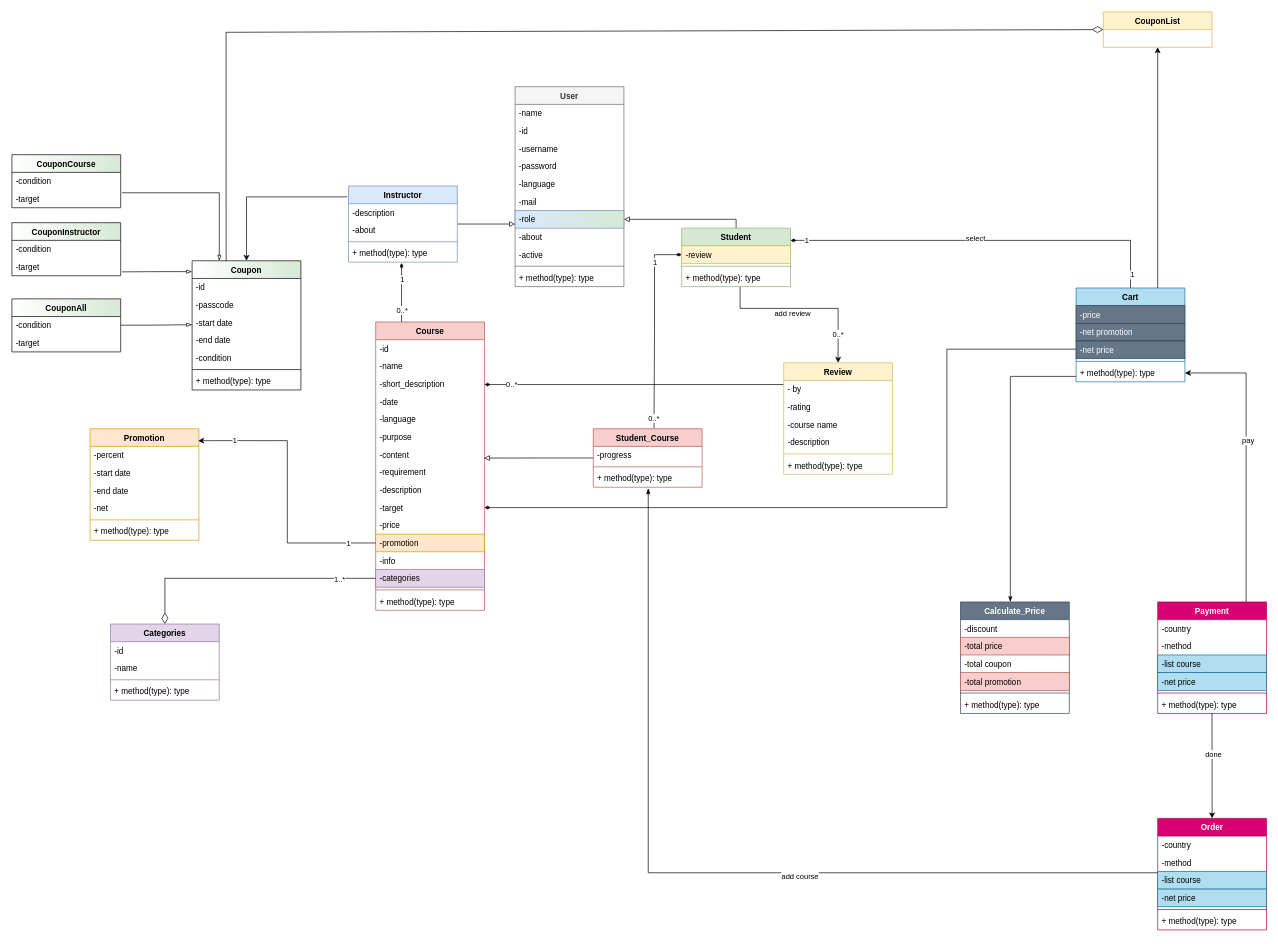
pratanporn13promax/OOP-Class-Sequence-UseCase-Diagram keeps this draw.io diagram as class.drawio. Above is the earlier version. Source tidied: cells renumbered, new cells numbered last; positions are measured from the earlier drawing's top-left corner, leaving out a move shared by most shapes. Both pictures are drawn from the tidied source at 68%, with x=0, y=0 at pixel (12, 12).
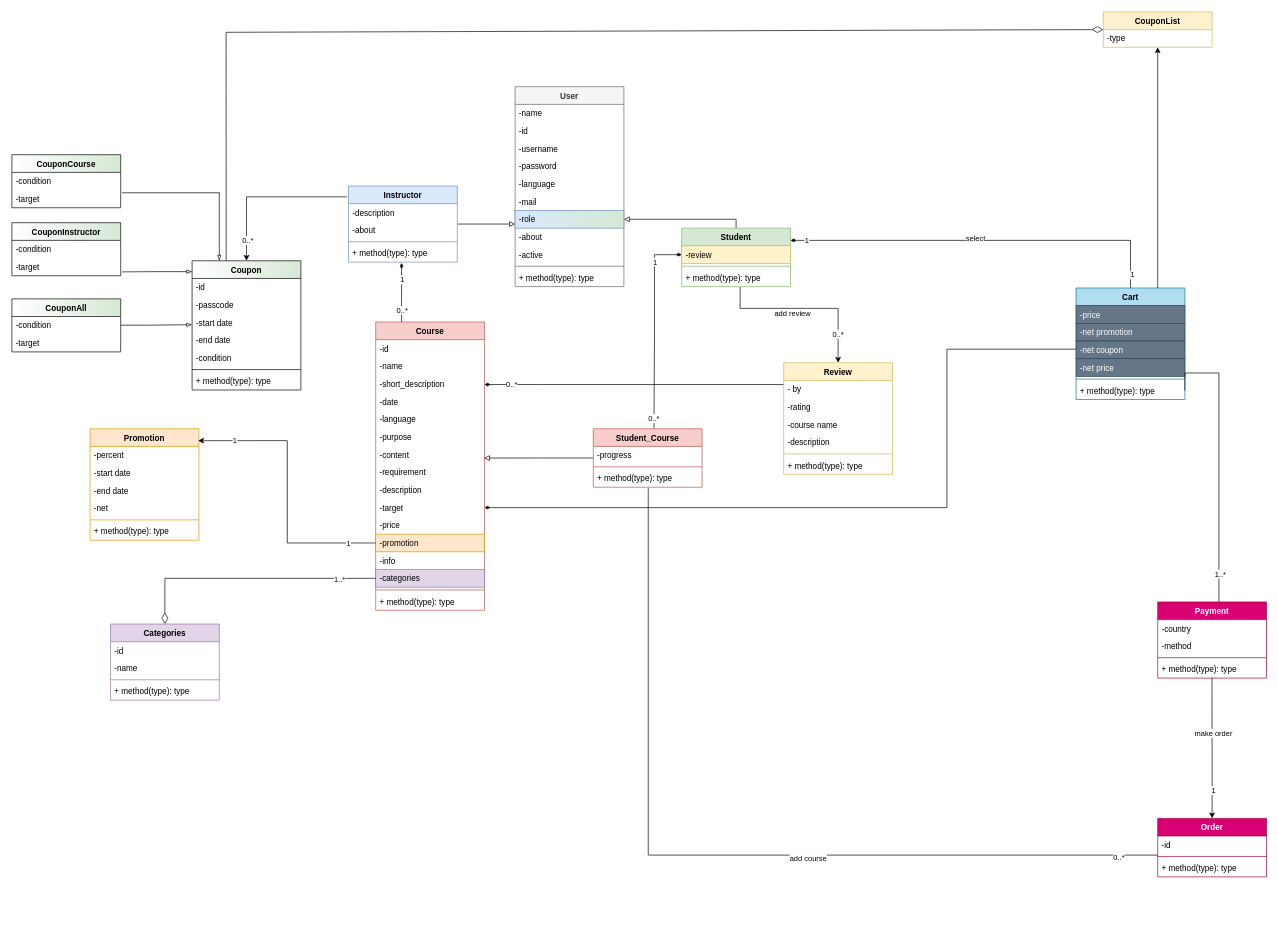
Above is the later version.

The change refers to these unchanged cells:
```xml
<mxCell id="105" style="edgeStyle=orthogonalEdgeStyle;rounded=0;jettySize=auto;html=1;entryX=-0.012;entryY=0.143;entryDx=0;entryDy=0;entryPerimeter=0;startArrow=classic;startFill=1;endArrow=none;endFill=0;exitX=0.5;exitY=0;exitDx=0;exitDy=0;" parent="1" edge="1" source="106" target="24">
  <mxGeometry relative="1" as="geometry" />
</mxCell>
<mxCell id="114" style="edgeStyle=orthogonalEdgeStyle;rounded=0;jettySize=auto;html=1;entryX=0.499;entryY=0.978;entryDx=0;entryDy=0;entryPerimeter=0;startArrow=classic;startFill=1;endArrow=none;endFill=0;" parent="1" edge="1" source="116" target="84">
  <mxGeometry relative="1" as="geometry" />
</mxCell>
<mxCell id="127" value="+ method(type): type" style="text;strokeColor=none;fillColor=none;align=left;verticalAlign=top;spacingLeft=4;spacingRight=4;overflow=hidden;points=[[0,0.5],[1,0.5]];portConstraint=eastwest;" parent="124" vertex="1">
  <mxGeometry y="60" width="160" height="26" as="geometry" />
</mxCell>
<mxCell id="142" value="CouponList" style="swimlane;fontStyle=1;align=center;verticalAlign=top;horizontal=1;startSize=26;fillColor=#fff2cc;strokeColor=#d6b656;" parent="1" vertex="1">
  <mxGeometry x="1605" width="160" height="52" as="geometry" />
</mxCell>
```

Diff of the diagram source:
```diff
@@
-    <mxCell id="69" style="edgeStyle=orthogonalEdgeStyle;rounded=0;jettySize=auto;html=1;entryX=0.458;entryY=0;entryDx=0;entryDy=0;entryPerimeter=0;startArrow=none;startFill=0;endArrow=classicThin;endFill=1;" parent="1" edge="1" source="70" target="92">
-      <mxGeometry relative="1" as="geometry">
-        <Array as="points">
-          <mxPoint x="1468" y="536" />
-        </Array>
-      </mxGeometry>
-    </mxCell>
     <mxCell id="70" value="Cart" style="swimlane;fontStyle=1;align=center;verticalAlign=top;horizontal=1;startSize=26;fillColor=#b1ddf0;strokeColor=#10739e;" parent="1" vertex="1">
-      <mxGeometry x="1565" y="406" width="160" height="138" as="geometry" />
+      <mxGeometry x="1565" y="406" width="160" height="164" as="geometry" />
     </mxCell>
@@
+    <mxCell id="145" value="-net coupon" style="text;strokeColor=#314354;fillColor=#647687;align=left;verticalAlign=top;spacingLeft=4;spacingRight=4;overflow=hidden;fontColor=#ffffff;" parent="70" vertex="1">
+      <mxGeometry y="78" width="160" height="26" as="geometry" />
+    </mxCell>
     <mxCell id="73" value="-net price&#10;" style="text;strokeColor=#314354;fillColor=#647687;align=left;verticalAlign=top;spacingLeft=4;spacingRight=4;overflow=hidden;fontColor=#ffffff;" parent="70" vertex="1">
-      <mxGeometry y="78" width="160" height="26" as="geometry" />
+      <mxGeometry y="104" width="160" height="26" as="geometry" />
     </mxCell>
     <mxCell id="74" style="line;strokeWidth=1;fillColor=none;align=left;verticalAlign=middle;spacingTop=-1;spacingLeft=3;spacingRight=3;labelPosition=right;strokeColor=inherit;" parent="70" vertex="1">
-      <mxGeometry y="104" width="160" height="8" as="geometry" />
+      <mxGeometry y="130" width="160" height="8" as="geometry" />
     </mxCell>
     <mxCell id="75" value="+ method(type): type" style="text;strokeColor=none;fillColor=none;align=left;verticalAlign=top;spacingLeft=4;spacingRight=4;overflow=hidden;points=[[0,0.5],[1,0.5]];portConstraint=eastwest;" parent="70" vertex="1">
-      <mxGeometry y="112" width="160" height="26" as="geometry" />
+      <mxGeometry y="138" width="160" height="26" as="geometry" />
     </mxCell>
-    <mxCell id="76" style="edgeStyle=orthogonalEdgeStyle;rounded=0;jettySize=auto;html=1;startArrow=none;startFill=0;endArrow=classic;endFill=1;entryX=1;entryY=0.5;entryDx=0;entryDy=0;" parent="1" edge="1" source="78" target="75">
+    <mxCell id="76" style="edgeStyle=orthogonalEdgeStyle;rounded=0;jettySize=auto;html=1;startArrow=none;startFill=0;endArrow=none;endFill=0;entryX=1;entryY=0.5;entryDx=0;entryDy=0;" parent="1" edge="1" source="78" target="75">
       <mxGeometry relative="1" as="geometry">
         <Array as="points">
-          <mxPoint x="1815" y="531" />
+          <mxPoint x="1775" y="531" />
+          <mxPoint x="1725" y="531" />
         </Array>
       </mxGeometry>
     </mxCell>
-    <mxCell id="77" value="pay" style="edgeLabel;html=1;align=center;verticalAlign=middle;" parent="76" vertex="1">
-      <mxGeometry x="0.11" y="-2" relative="1" as="geometry" />
-    </mxCell>
+    <mxCell id="146" value="1..*" style="edgeLabel;html=1;align=center;verticalAlign=middle;" parent="76" vertex="1">
+      <mxGeometry x="-0.8" y="-1" relative="1" as="geometry" />
+    </mxCell>
     <mxCell id="78" value="Payment" style="swimlane;fontStyle=1;align=center;verticalAlign=top;horizontal=1;startSize=26;fillColor=#d80073;fontColor=#ffffff;strokeColor=#A50040;" parent="1" vertex="1">
-      <mxGeometry x="1685" y="867.7" width="160" height="164" as="geometry" />
+      <mxGeometry x="1685" y="867.7" width="160" height="112" as="geometry" />
     </mxCell>
@@
-    <mxCell id="81" value="-list course" style="text;strokeColor=#10739e;fillColor=#b1ddf0;align=left;verticalAlign=top;spacingLeft=4;spacingRight=4;overflow=hidden;" parent="78" vertex="1">
-      <mxGeometry y="78" width="160" height="26" as="geometry" />
-    </mxCell>
-    <mxCell id="82" value="-net price" style="text;strokeColor=#10739e;fillColor=#b1ddf0;align=left;verticalAlign=top;spacingLeft=4;spacingRight=4;overflow=hidden;" parent="78" vertex="1">
-      <mxGeometry y="104" width="160" height="26" as="geometry" />
-    </mxCell>
     <mxCell id="83" style="line;strokeWidth=1;fillColor=none;align=left;verticalAlign=middle;spacingTop=-1;spacingLeft=3;spacingRight=3;labelPosition=right;strokeColor=inherit;" parent="78" vertex="1">
-      <mxGeometry y="130" width="160" height="8" as="geometry" />
+      <mxGeometry y="78" width="160" height="8" as="geometry" />
     </mxCell>
     <mxCell id="84" value="+ method(type): type" style="text;strokeColor=none;fillColor=none;align=left;verticalAlign=top;spacingLeft=4;spacingRight=4;overflow=hidden;points=[[0,0.5],[1,0.5]];portConstraint=eastwest;" parent="78" vertex="1">
-      <mxGeometry y="138" width="160" height="26" as="geometry" />
+      <mxGeometry y="86" width="160" height="26" as="geometry" />
     </mxCell>
@@
-    <mxCell id="92" value="Calculate_Price" style="swimlane;fontStyle=1;align=center;verticalAlign=top;horizontal=1;startSize=26;fillColor=#647687;strokeColor=#314354;fontColor=#ffffff;" parent="1" vertex="1">
-      <mxGeometry x="1395" y="867.7" width="160" height="164" as="geometry" />
-    </mxCell>
-    <mxCell id="93" value="-discount" style="text;strokeColor=none;fillColor=none;align=left;verticalAlign=top;spacingLeft=4;spacingRight=4;overflow=hidden;" parent="92" vertex="1">
-      <mxGeometry y="26" width="160" height="26" as="geometry" />
-    </mxCell>
-    <mxCell id="94" value="-total price" style="text;strokeColor=#b85450;fillColor=#f8cecc;align=left;verticalAlign=top;spacingLeft=4;spacingRight=4;overflow=hidden;" parent="92" vertex="1">
-      <mxGeometry y="52" width="160" height="26" as="geometry" />
-    </mxCell>
-    <mxCell id="95" value="-total coupon " style="text;align=left;verticalAlign=top;spacingLeft=4;spacingRight=4;overflow=hidden;" parent="92" vertex="1">
-      <mxGeometry y="78" width="160" height="26" as="geometry" />
-    </mxCell>
-    <mxCell id="96" value="-total promotion " style="text;strokeColor=#b85450;fillColor=#f8cecc;align=left;verticalAlign=top;spacingLeft=4;spacingRight=4;overflow=hidden;fontStyle=0;" parent="92" vertex="1">
-      <mxGeometry y="104" width="160" height="26" as="geometry" />
-    </mxCell>
-    <mxCell id="97" style="line;strokeWidth=1;fillColor=none;align=left;verticalAlign=middle;spacingTop=-1;spacingLeft=3;spacingRight=3;labelPosition=right;strokeColor=inherit;" parent="92" vertex="1">
-      <mxGeometry y="130" width="160" height="8" as="geometry" />
-    </mxCell>
-    <mxCell id="98" value="+ method(type): type" style="text;strokeColor=none;fillColor=none;align=left;verticalAlign=top;spacingLeft=4;spacingRight=4;overflow=hidden;" parent="92" vertex="1">
-      <mxGeometry y="138" width="160" height="26" as="geometry" />
-    </mxCell>
@@
+    <mxCell id="147" value="0..*" style="edgeLabel;html=1;align=center;verticalAlign=middle;" parent="105" vertex="1">
+      <mxGeometry x="-0.74" y="-1" relative="1" as="geometry" />
+    </mxCell>
@@
-    <mxCell id="115" value="done" style="edgeLabel;html=1;align=center;verticalAlign=middle;" parent="114" vertex="1">
+    <mxCell id="115" value="make order" style="edgeLabel;html=1;align=center;verticalAlign=middle;" parent="114" vertex="1">
       <mxGeometry x="0.22" y="-2" relative="1" as="geometry" />
     </mxCell>
+    <mxCell id="148" value="1" style="edgeLabel;html=1;align=center;verticalAlign=middle;" parent="114" vertex="1">
+      <mxGeometry x="-0.59" y="-1" relative="1" as="geometry" />
+    </mxCell>
     <mxCell id="116" value="Order" style="swimlane;fontStyle=1;align=center;verticalAlign=top;horizontal=1;startSize=26;fillColor=#d80073;fontColor=#ffffff;strokeColor=#A50040;" parent="1" vertex="1">
-      <mxGeometry x="1685" y="1186" width="160" height="164" as="geometry" />
+      <mxGeometry x="1685" y="1186" width="160" height="86" as="geometry" />
     </mxCell>
-    <mxCell id="117" value="-country" style="text;strokeColor=none;fillColor=none;align=left;verticalAlign=top;spacingLeft=4;spacingRight=4;overflow=hidden;" parent="116" vertex="1">
+    <mxCell id="117" value="-id" style="text;strokeColor=none;fillColor=none;align=left;verticalAlign=top;spacingLeft=4;spacingRight=4;overflow=hidden;" parent="116" vertex="1">
       <mxGeometry y="26" width="160" height="26" as="geometry" />
     </mxCell>
-    <mxCell id="118" value="-method" style="text;strokeColor=none;fillColor=none;align=left;verticalAlign=top;spacingLeft=4;spacingRight=4;overflow=hidden;" parent="116" vertex="1">
-      <mxGeometry y="52" width="160" height="26" as="geometry" />
-    </mxCell>
-    <mxCell id="119" value="-list course" style="text;strokeColor=#10739e;fillColor=#b1ddf0;align=left;verticalAlign=top;spacingLeft=4;spacingRight=4;overflow=hidden;points=[[0,0.5],[1,0.5]];portConstraint=eastwest;" parent="116" vertex="1">
-      <mxGeometry y="78" width="160" height="26" as="geometry" />
-    </mxCell>
-    <mxCell id="120" value="-net price" style="text;strokeColor=#10739e;fillColor=#b1ddf0;align=left;verticalAlign=top;spacingLeft=4;spacingRight=4;overflow=hidden;" parent="116" vertex="1">
-      <mxGeometry y="104" width="160" height="26" as="geometry" />
-    </mxCell>
     <mxCell id="121" style="line;strokeWidth=1;fillColor=none;align=left;verticalAlign=middle;spacingTop=-1;spacingLeft=3;spacingRight=3;labelPosition=right;strokeColor=inherit;" parent="116" vertex="1">
-      <mxGeometry y="130" width="160" height="8" as="geometry" />
+      <mxGeometry y="52" width="160" height="8" as="geometry" />
     </mxCell>
     <mxCell id="122" value="+ method(type): type" style="text;strokeColor=none;fillColor=none;align=left;verticalAlign=top;spacingLeft=4;spacingRight=4;overflow=hidden;" parent="116" vertex="1">
-      <mxGeometry y="138" width="160" height="26" as="geometry" />
+      <mxGeometry y="60" width="160" height="26" as="geometry" />
     </mxCell>
@@
-    <mxCell id="128" style="edgeStyle=orthogonalEdgeStyle;rounded=0;jettySize=auto;html=1;entryX=0.505;entryY=1.058;entryDx=0;entryDy=0;entryPerimeter=0;startArrow=none;startFill=0;endArrow=blockThin;endFill=1;exitX=0;exitY=0.077;exitDx=0;exitDy=0;exitPerimeter=0;" parent="1" edge="1" source="119" target="127">
+    <mxCell id="128" style="edgeStyle=orthogonalEdgeStyle;rounded=0;jettySize=auto;html=1;entryX=0.505;entryY=1.058;entryDx=0;entryDy=0;entryPerimeter=0;startArrow=none;startFill=0;endArrow=none;endFill=0;exitX=0;exitY=0.077;exitDx=0;exitDy=0;exitPerimeter=0;" parent="1" edge="1" target="127">
       <mxGeometry relative="1" as="geometry">
+        <mxPoint x="1685" y="1240" as="sourcePoint" />
         <Array as="points">
-          <mxPoint x="936" y="1266" />
+          <mxPoint x="936" y="1240" />
         </Array>
       </mxGeometry>
     </mxCell>
@@
+    <mxCell id="149" value="0..*" style="edgeLabel;html=1;align=center;verticalAlign=middle;" parent="128" vertex="1">
+      <mxGeometry x="-0.91" y="2" relative="1" as="geometry" />
+    </mxCell>
@@
+    <mxCell id="150" value="-type" style="text;strokeColor=none;fillColor=none;align=left;verticalAlign=top;spacingLeft=4;spacingRight=4;overflow=hidden;" parent="142" vertex="1">
+      <mxGeometry y="26" width="160" height="26" as="geometry" />
+    </mxCell>
```
